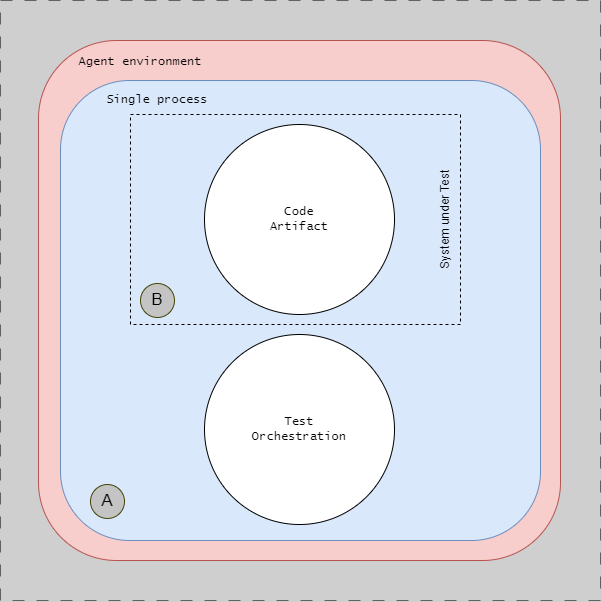
Before: docs/assets/testing/process-isolation-l0l1.drawio.png, a diagram exported from draw.io (ready-to-release/eac). Source tidied: cells renumbered, new cells last; positions are measured from the earlier drawing's top-left corner, leaving out a move shared by most shapes. Its diagram source:
```xml
<mxGraphModel background="#CFCFCF">
  <root>
    <mxCell id="0" />
    <mxCell id="1" parent="0" />
    <mxCell id="2" style="rounded=1;whiteSpace=wrap;html=1;fontFamily=Lucida Console;fillColor=#f8cecc;strokeColor=#b85450;" parent="1" vertex="1">
      <mxGeometry x="38" y="40" width="522" height="520" as="geometry" />
    </mxCell>
    <mxCell id="3" style="group;strokeColor=#616161;dashed=1;dashPattern=12 12;fontFamily=Lucida Console;" parent="1" vertex="1">
      <mxGeometry width="600" height="600" as="geometry" />
    </mxCell>
    <mxCell id="4" value="Agent environment" style="text;html=1;strokeColor=none;fillColor=none;align=center;verticalAlign=middle;whiteSpace=wrap;rounded=0;fontFamily=Lucida Console;" parent="1" vertex="1">
      <mxGeometry x="73" y="52" width="134" height="20" as="geometry" />
    </mxCell>
    <mxCell id="5" style="rounded=1;whiteSpace=wrap;html=1;fontFamily=Lucida Console;fillColor=#dae8fc;strokeColor=#6c8ebf;" parent="1" vertex="1">
      <mxGeometry x="60" y="80" width="480" height="460" as="geometry" />
    </mxCell>
    <mxCell id="6" value="Test&lt;br&gt;Orchestration" style="ellipse;whiteSpace=wrap;html=1;fontFamily=Lucida Console;" parent="1" vertex="1">
      <mxGeometry x="204" y="334" width="190" height="190" as="geometry" />
    </mxCell>
    <mxCell id="7" value="&lt;font style=&quot;font-size: 17px;&quot;&gt;B&lt;/font&gt;" style="ellipse;whiteSpace=wrap;html=1;fillColor=#C4C4C4;strokeColor=#454505;" parent="1" vertex="1">
      <mxGeometry x="140" y="283" width="34" height="34" as="geometry" />
    </mxCell>
    <mxCell id="8" style="group;strokeColor=#000000;dashed=1;strokeWidth=1;" parent="1" vertex="1">
      <mxGeometry x="130" y="114" width="330" height="210" as="geometry" />
    </mxCell>
    <mxCell id="9" value="System under Test" style="text;html=1;strokeColor=none;fillColor=none;align=center;verticalAlign=middle;whiteSpace=wrap;rounded=0;rotation=-90;" parent="1" vertex="1">
      <mxGeometry x="380" y="209" width="130" height="20" as="geometry" />
    </mxCell>
    <mxCell id="10" value="Code&lt;br style=&quot;border-color: var(--border-color);&quot;&gt;Artifact" style="ellipse;whiteSpace=wrap;html=1;fontFamily=Lucida Console;" parent="1" vertex="1">
      <mxGeometry x="204" y="124" width="190" height="190" as="geometry" />
    </mxCell>
    <mxCell id="11" value="&lt;font style=&quot;font-size: 17px;&quot;&gt;A&lt;/font&gt;" style="ellipse;whiteSpace=wrap;html=1;fillColor=#C4C4C4;strokeColor=#454505;" parent="1" vertex="1">
      <mxGeometry x="90" y="484" width="34" height="34" as="geometry" />
    </mxCell>
    <mxCell id="12" value="Single process" style="text;html=1;strokeColor=none;fillColor=none;align=center;verticalAlign=middle;whiteSpace=wrap;rounded=0;fontFamily=Lucida Console;" parent="1" vertex="1">
      <mxGeometry x="90" y="90" width="134" height="20" as="geometry" />
    </mxCell>
  </root>
</mxGraphModel>
```
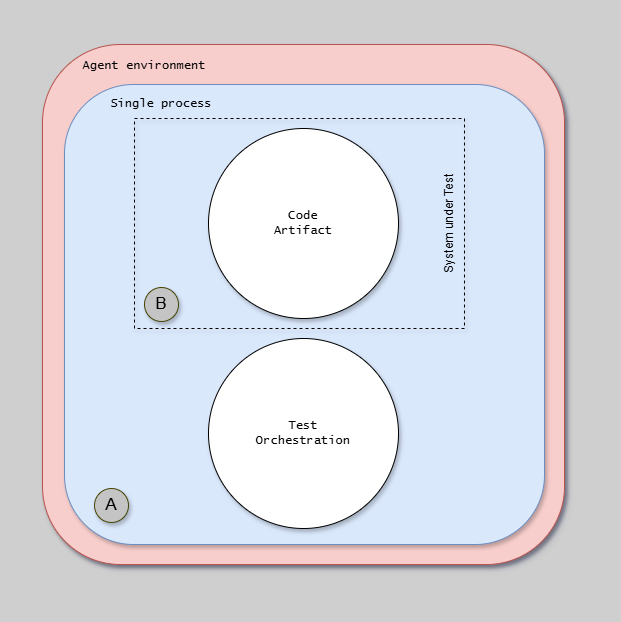
Above is the later version.

Diff of the diagram source:
```diff
@@ -1,38 +1,38 @@
-<mxGraphModel background="#CFCFCF">
+<mxGraphModel background="#CFCFCF" shadow="1">
   <root>
     <mxCell id="0" />
     <mxCell id="1" parent="0" />
-    <mxCell id="2" style="rounded=1;whiteSpace=wrap;html=1;fontFamily=Lucida Console;fillColor=#f8cecc;strokeColor=#b85450;" parent="1" vertex="1">
+    <mxCell id="2" style="rounded=1;whiteSpace=wrap;html=1;fontFamily=Lucida Console;fillColor=#f8cecc;strokeColor=#b85450;shadow=1;" parent="1" vertex="1">
       <mxGeometry x="38" y="40" width="522" height="520" as="geometry" />
     </mxCell>
-    <mxCell id="3" style="group;strokeColor=#616161;dashed=1;dashPattern=12 12;fontFamily=Lucida Console;" parent="1" vertex="1">
+    <mxCell id="3" style="group;strokeColor=none;dashed=1;dashPattern=12 12;fontFamily=Lucida Console;shadow=1;" parent="1" vertex="1">
       <mxGeometry width="600" height="600" as="geometry" />
     </mxCell>
-    <mxCell id="4" value="Agent environment" style="text;html=1;strokeColor=none;fillColor=none;align=center;verticalAlign=middle;whiteSpace=wrap;rounded=0;fontFamily=Lucida Console;" parent="1" vertex="1">
+    <mxCell id="4" value="Agent environment" style="text;html=1;strokeColor=none;fillColor=none;align=center;verticalAlign=middle;whiteSpace=wrap;rounded=0;fontFamily=Lucida Console;shadow=1;" parent="1" vertex="1">
       <mxGeometry x="73" y="52" width="134" height="20" as="geometry" />
     </mxCell>
-    <mxCell id="5" style="rounded=1;whiteSpace=wrap;html=1;fontFamily=Lucida Console;fillColor=#dae8fc;strokeColor=#6c8ebf;" parent="1" vertex="1">
+    <mxCell id="5" style="rounded=1;whiteSpace=wrap;html=1;fontFamily=Lucida Console;fillColor=#dae8fc;strokeColor=#6c8ebf;shadow=1;" parent="1" vertex="1">
       <mxGeometry x="60" y="80" width="480" height="460" as="geometry" />
     </mxCell>
-    <mxCell id="6" value="Test&lt;br&gt;Orchestration" style="ellipse;whiteSpace=wrap;html=1;fontFamily=Lucida Console;" parent="1" vertex="1">
+    <mxCell id="6" value="Test&lt;br&gt;Orchestration" style="ellipse;whiteSpace=wrap;html=1;fontFamily=Lucida Console;shadow=1;" parent="1" vertex="1">
       <mxGeometry x="204" y="334" width="190" height="190" as="geometry" />
     </mxCell>
-    <mxCell id="7" value="&lt;font style=&quot;font-size: 17px;&quot;&gt;B&lt;/font&gt;" style="ellipse;whiteSpace=wrap;html=1;fillColor=#C4C4C4;strokeColor=#454505;" parent="1" vertex="1">
+    <mxCell id="7" value="&lt;font style=&quot;font-size: 17px;&quot;&gt;B&lt;/font&gt;" style="ellipse;whiteSpace=wrap;html=1;fillColor=#C4C4C4;strokeColor=#454505;shadow=1;" parent="1" vertex="1">
       <mxGeometry x="140" y="283" width="34" height="34" as="geometry" />
     </mxCell>
-    <mxCell id="8" style="group;strokeColor=#000000;dashed=1;strokeWidth=1;" parent="1" vertex="1">
+    <mxCell id="8" style="group;strokeColor=#000000;dashed=1;strokeWidth=1;shadow=1;" parent="1" vertex="1">
       <mxGeometry x="130" y="114" width="330" height="210" as="geometry" />
     </mxCell>
-    <mxCell id="9" value="System under Test" style="text;html=1;strokeColor=none;fillColor=none;align=center;verticalAlign=middle;whiteSpace=wrap;rounded=0;rotation=-90;" parent="1" vertex="1">
+    <mxCell id="9" value="System under Test" style="text;html=1;strokeColor=none;fillColor=none;align=center;verticalAlign=middle;whiteSpace=wrap;rounded=0;rotation=-90;shadow=1;" parent="1" vertex="1">
       <mxGeometry x="380" y="209" width="130" height="20" as="geometry" />
     </mxCell>
-    <mxCell id="10" value="Code&lt;br style=&quot;border-color: var(--border-color);&quot;&gt;Artifact" style="ellipse;whiteSpace=wrap;html=1;fontFamily=Lucida Console;" parent="1" vertex="1">
+    <mxCell id="10" value="Code&lt;br style=&quot;border-color: var(--border-color);&quot;&gt;Artifact" style="ellipse;whiteSpace=wrap;html=1;fontFamily=Lucida Console;shadow=1;" parent="1" vertex="1">
       <mxGeometry x="204" y="124" width="190" height="190" as="geometry" />
     </mxCell>
-    <mxCell id="11" value="&lt;font style=&quot;font-size: 17px;&quot;&gt;A&lt;/font&gt;" style="ellipse;whiteSpace=wrap;html=1;fillColor=#C4C4C4;strokeColor=#454505;" parent="1" vertex="1">
+    <mxCell id="11" value="&lt;font style=&quot;font-size: 17px;&quot;&gt;A&lt;/font&gt;" style="ellipse;whiteSpace=wrap;html=1;fillColor=#C4C4C4;strokeColor=#454505;shadow=1;" parent="1" vertex="1">
       <mxGeometry x="90" y="484" width="34" height="34" as="geometry" />
     </mxCell>
-    <mxCell id="12" value="Single process" style="text;html=1;strokeColor=none;fillColor=none;align=center;verticalAlign=middle;whiteSpace=wrap;rounded=0;fontFamily=Lucida Console;" parent="1" vertex="1">
+    <mxCell id="12" value="Single process" style="text;html=1;strokeColor=none;fillColor=none;align=center;verticalAlign=middle;whiteSpace=wrap;rounded=0;fontFamily=Lucida Console;shadow=1;" parent="1" vertex="1">
       <mxGeometry x="90" y="90" width="134" height="20" as="geometry" />
     </mxCell>
   </root>
```
